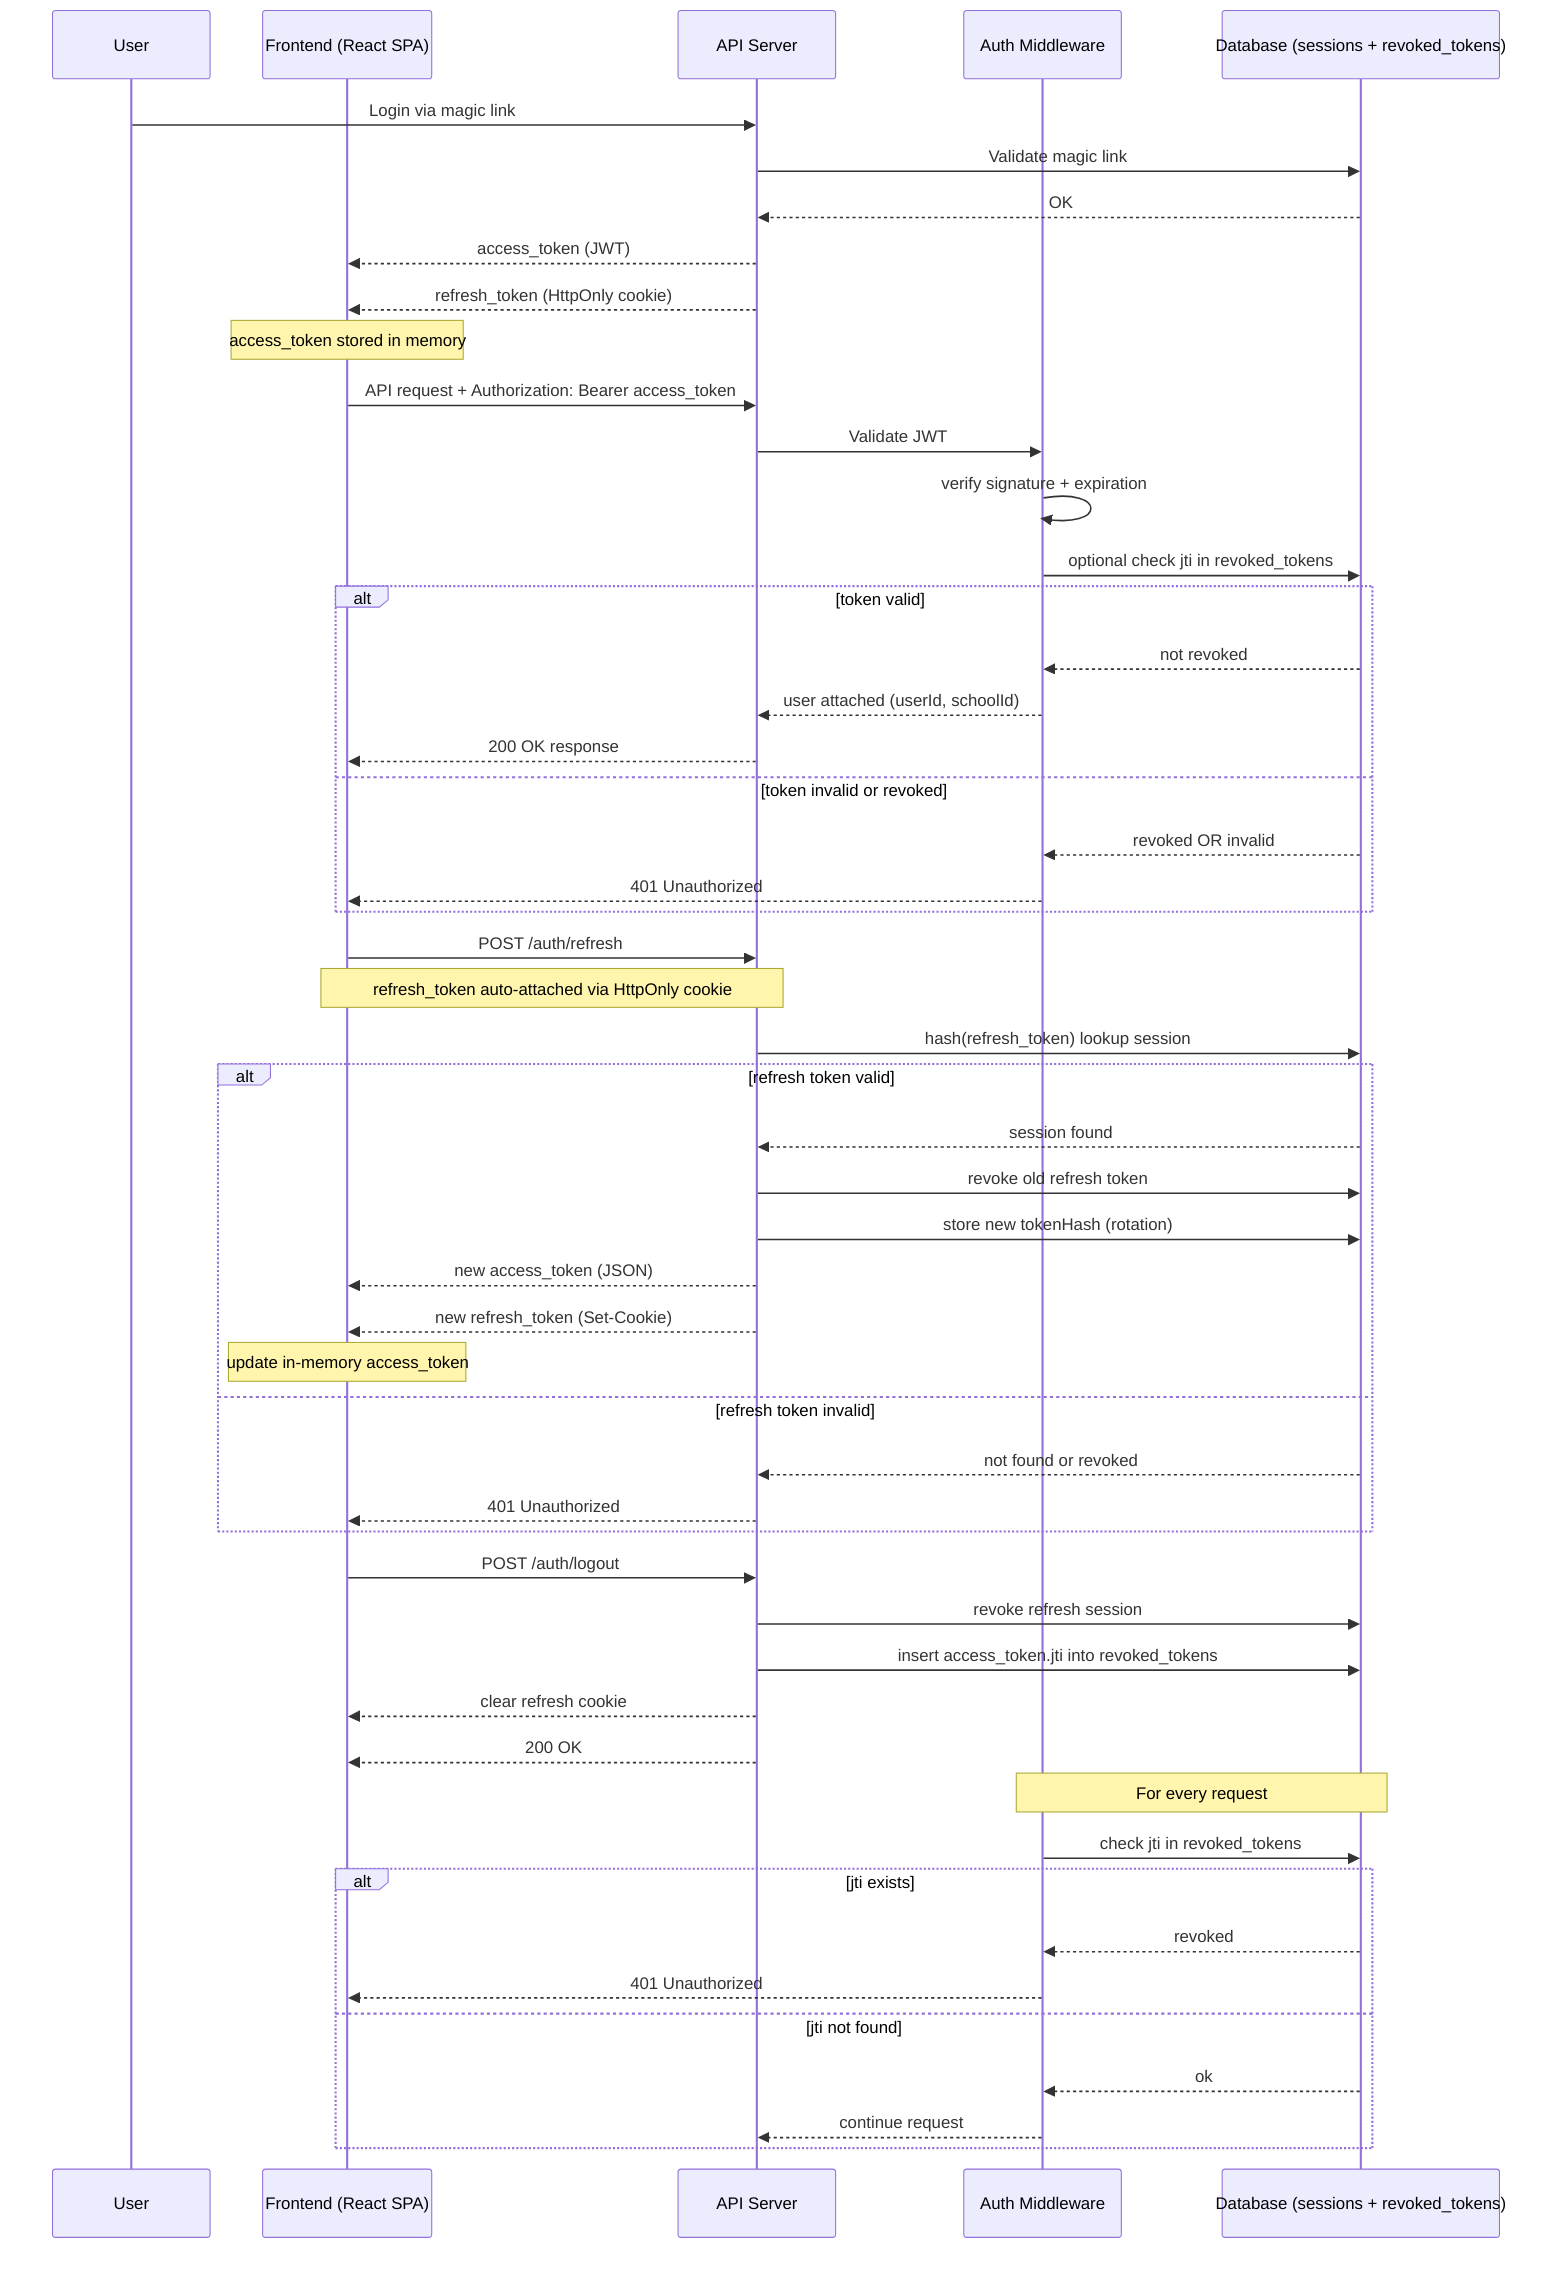
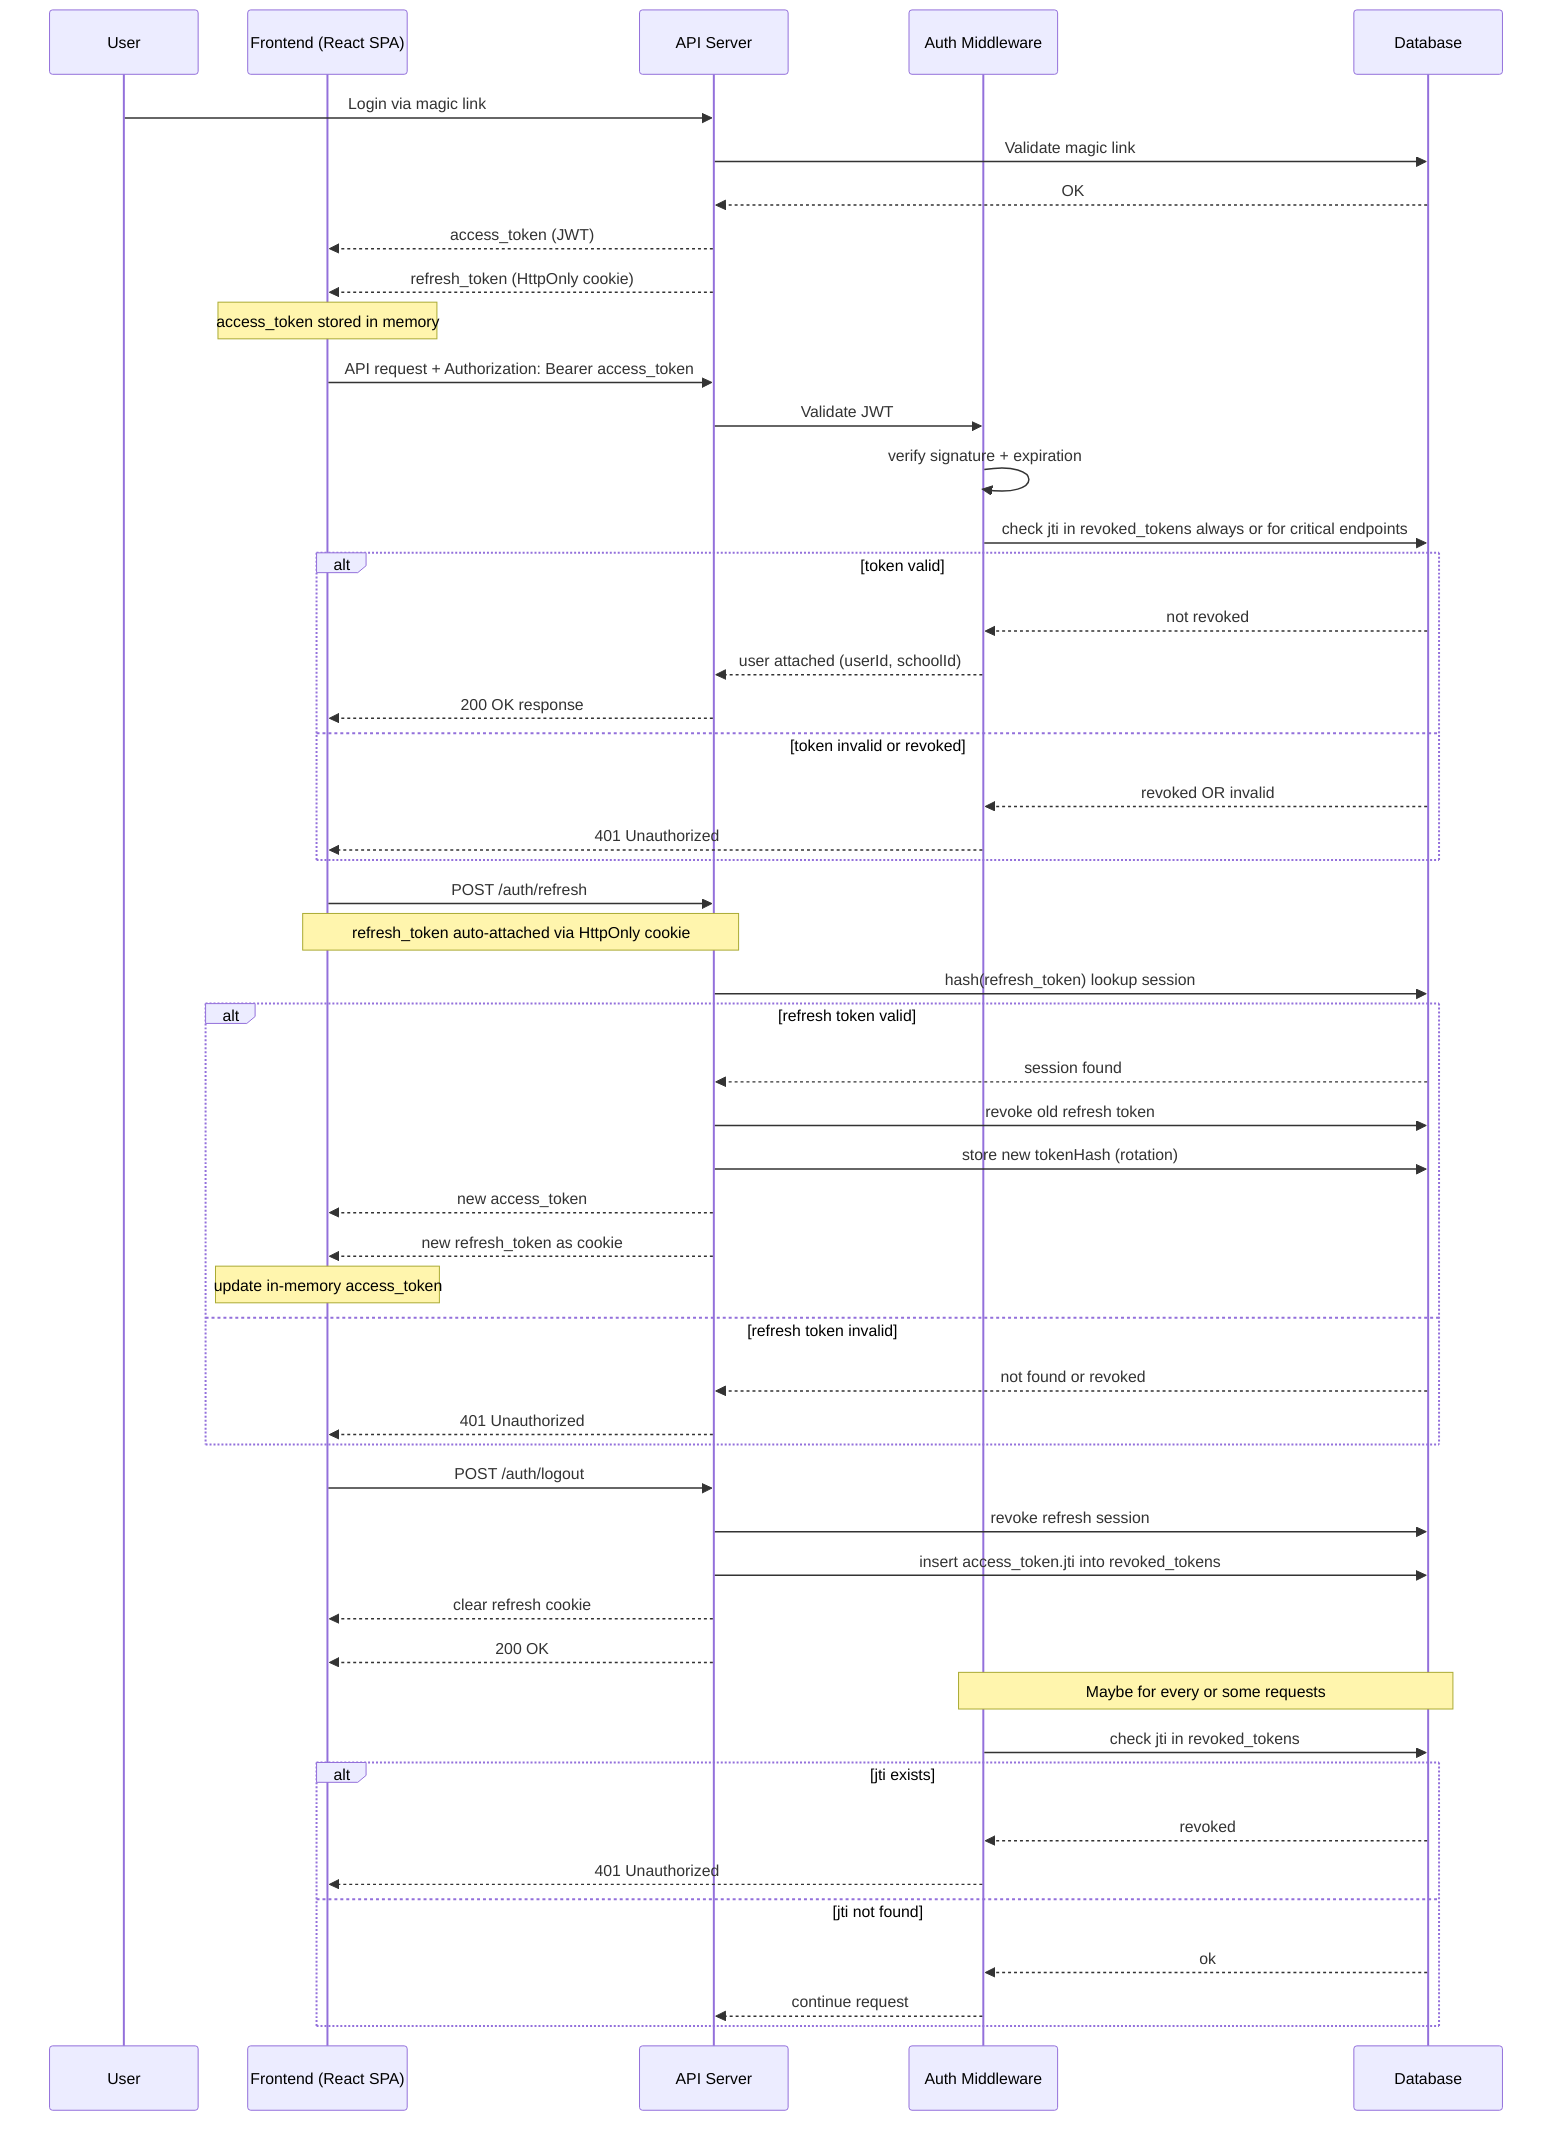
sequenceDiagram
    participant U as User
    participant F as Frontend (React SPA)
    participant A as API Server
    participant M as Auth Middleware
-     participant DB as Database (sessions + revoked_tokens)
+     participant DB as Database

    %% =========================
    %% LOGIN FLOW
    %% =========================
    U->>A: Login via magic link
    A->>DB: Validate magic link

    DB-->>A: OK

    A-->>F: access_token (JWT)
    A-->>F: refresh_token (HttpOnly cookie)

    Note over F: access_token stored in memory

    %% =========================
    %% NORMAL API REQUEST
    %% =========================
    F->>A: API request + Authorization: Bearer access_token
    A->>M: Validate JWT

    M->>M: verify signature + expiration
-     M->>DB: optional check jti in revoked_tokens
+     M->>DB: check jti in revoked_tokens always or for critical endpoints

    alt token valid
        DB-->>M: not revoked
        M-->>A: user attached (userId, schoolId)
        A-->>F: 200 OK response
    else token invalid or revoked
        DB-->>M: revoked OR invalid
        M-->>F: 401 Unauthorized
    end

    %% =========================
    %% REFRESH FLOW (ROTATION)
    %% =========================
    F->>A: POST /auth/refresh
    Note over F,A: refresh_token auto-attached via HttpOnly cookie

    A->>DB: hash(refresh_token) lookup session

    alt refresh token valid
        DB-->>A: session found

        A->>DB: revoke old refresh token
        A->>DB: store new tokenHash (rotation)

-         A-->>F: new access_token (JSON)
-         A-->>F: new refresh_token (Set-Cookie)
+         A-->>F: new access_token
+         A-->>F: new refresh_token as cookie

        Note over F: update in-memory access_token
    else refresh token invalid
        DB-->>A: not found or revoked
        A-->>F: 401 Unauthorized
    end

    %% =========================
    %% LOGOUT FLOW
    %% =========================
    F->>A: POST /auth/logout

    A->>DB: revoke refresh session
    A->>DB: insert access_token.jti into revoked_tokens

    A-->>F: clear refresh cookie
    A-->>F: 200 OK

    %% =========================
    %% DENYLIST CHECK
    %% =========================
-     Note over M,DB: For every request
+     Note over M,DB: Maybe for every or some requests

    M->>DB: check jti in revoked_tokens

    alt jti exists
        DB-->>M: revoked
        M-->>F: 401 Unauthorized
    else jti not found
        DB-->>M: ok
        M-->>A: continue request
    end